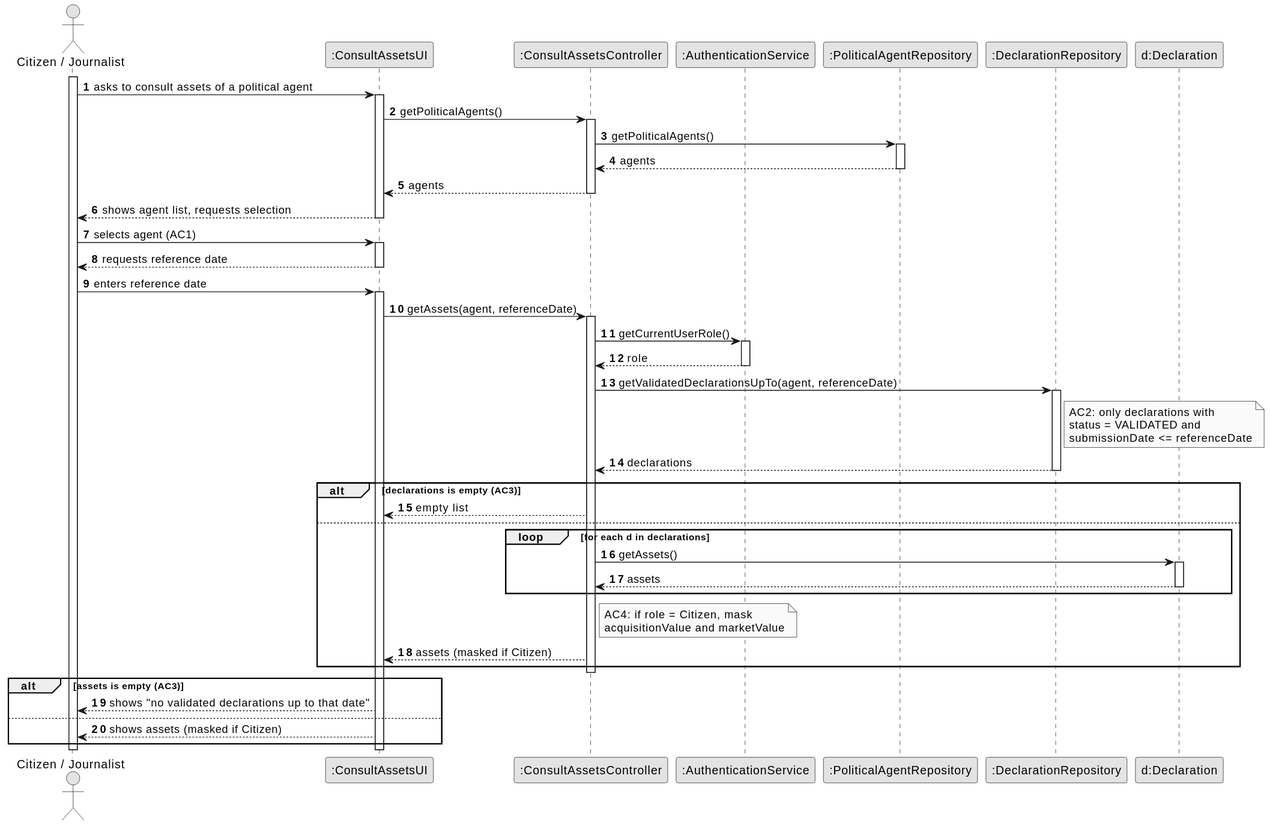
Before: docs/system-documentation/US11/03.design/svg/US11-SD-full.svg, a diagram exported from PlantUML (brunodspinto/crystal-clear-platform).
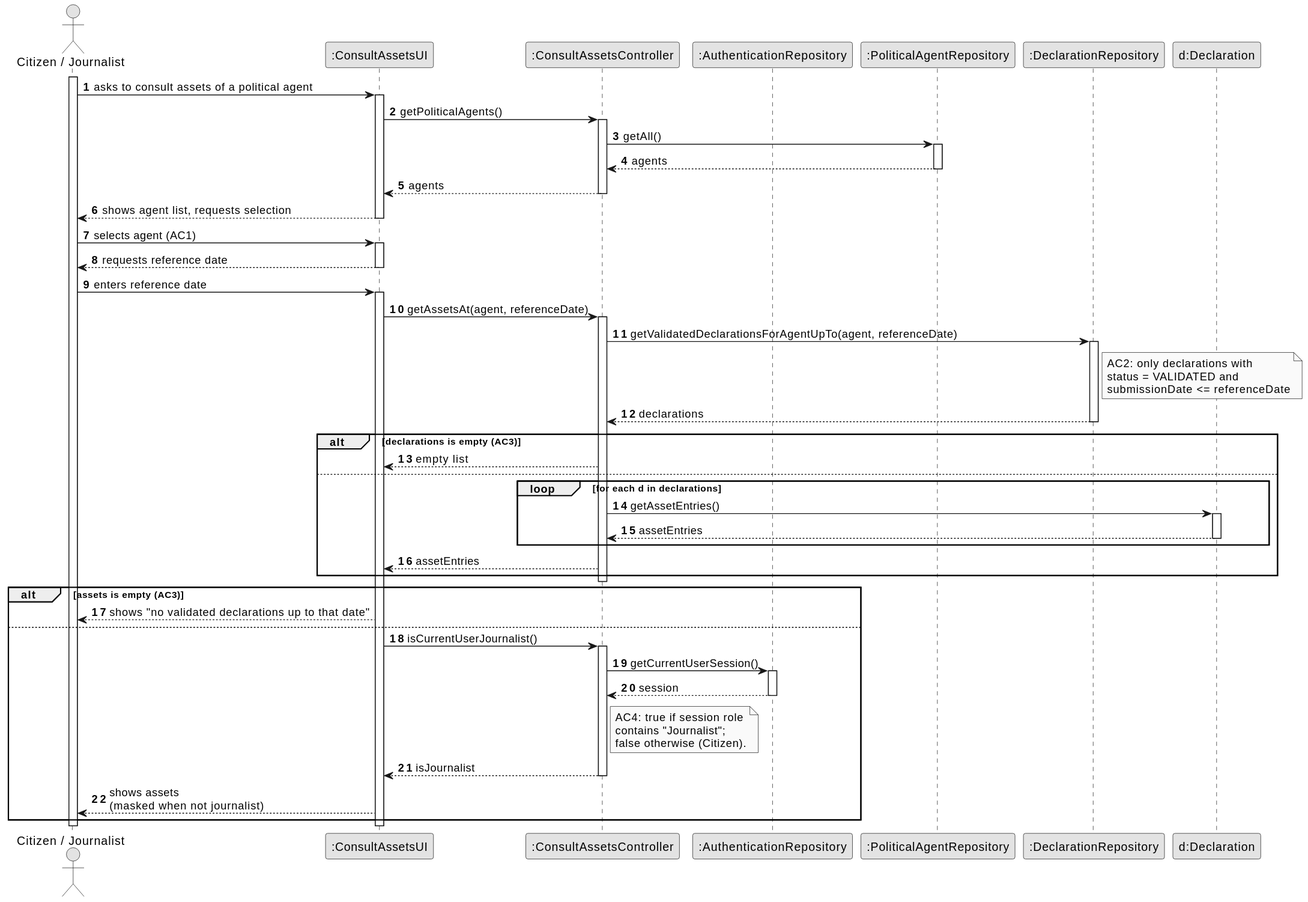
The same diagram one commit later.

Diff of the diagram source:
```diff
@@ -8,7 +8,7 @@
 actor "Citizen / Journalist" as Actor
 participant ":ConsultAssetsUI" as UI
 participant ":ConsultAssetsController" as CTRL
-participant ":AuthenticationService" as AUTH
+participant ":AuthenticationRepository" as AUTH
 participant ":PoliticalAgentRepository" as PAR
 participant ":DeclarationRepository" as DR
 participant "d:Declaration" as DEC
@@ -21,7 +21,7 @@
         UI -> CTRL : getPoliticalAgents()
         activate CTRL
 
-            CTRL -> PAR : getPoliticalAgents()
+            CTRL -> PAR : getAll()
             activate PAR
                 PAR --> CTRL : agents
             deactivate PAR
@@ -41,15 +41,10 @@
     Actor -> UI : enters reference date
     activate UI
 
-        UI -> CTRL : getAssets(agent, referenceDate)
+        UI -> CTRL : getAssetsAt(agent, referenceDate)
         activate CTRL
 
-            CTRL -> AUTH : getCurrentUserRole()
-            activate AUTH
-                AUTH --> CTRL : role
-            deactivate AUTH
-
-            CTRL -> DR : getValidatedDeclarationsUpTo(agent, referenceDate)
+            CTRL -> DR : getValidatedDeclarationsForAgentUpTo(agent, referenceDate)
             activate DR
 
                 note right of DR
@@ -65,18 +60,13 @@
                 CTRL --> UI : empty list
             else
                 loop for each d in declarations
-                    CTRL -> DEC : getAssets()
+                    CTRL -> DEC : getAssetEntries()
                     activate DEC
-                        DEC --> CTRL : assets
+                        DEC --> CTRL : assetEntries
                     deactivate DEC
                 end
 
-                note right of CTRL
-                    AC4: if role = Citizen, mask
-                    acquisitionValue and marketValue
-                end note
-
-                CTRL --> UI : assets (masked if Citizen)
+                CTRL --> UI : assetEntries
             end
 
         deactivate CTRL
@@ -84,7 +74,24 @@
         alt assets is empty (AC3)
             UI --> Actor : shows "no validated declarations up to that date"
         else
-            UI --> Actor : shows assets (masked if Citizen)
+            UI -> CTRL : isCurrentUserJournalist()
+            activate CTRL
+
+                CTRL -> AUTH : getCurrentUserSession()
+                activate AUTH
+                    AUTH --> CTRL : session
+                deactivate AUTH
+
+                note right of CTRL
+                    AC4: true if session role
+                    contains "Journalist";
+                    false otherwise (Citizen).
+                end note
+
+                CTRL --> UI : isJournalist
+            deactivate CTRL
+
+            UI --> Actor : shows assets\n(masked when not journalist)
         end
 
     deactivate UI
```
